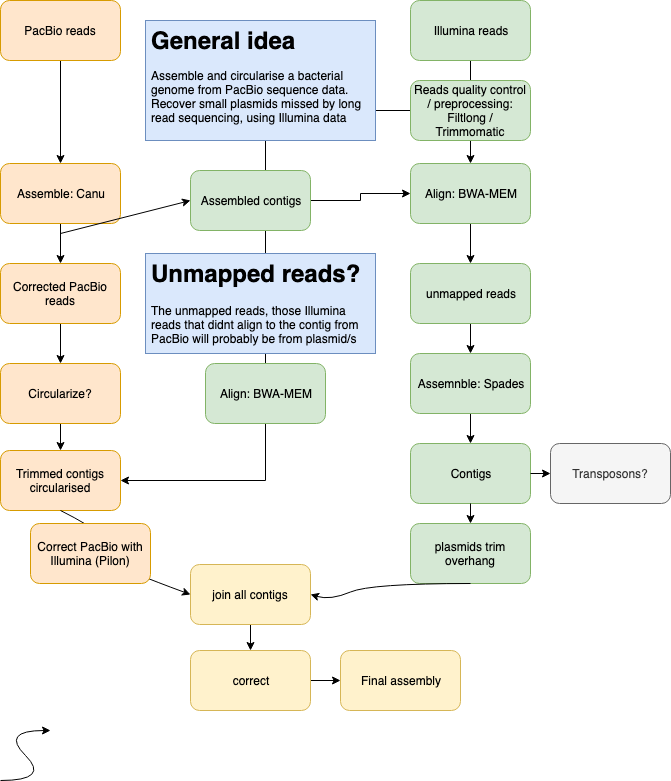
Above: images_github/assembly.png in nrclaudio/Genome-Analysis-2019 (draw.io), before the change. Source tidied: cells renumbered, new cells last; positions are measured from the earlier drawing's top-left corner, leaving out a move shared by most shapes.
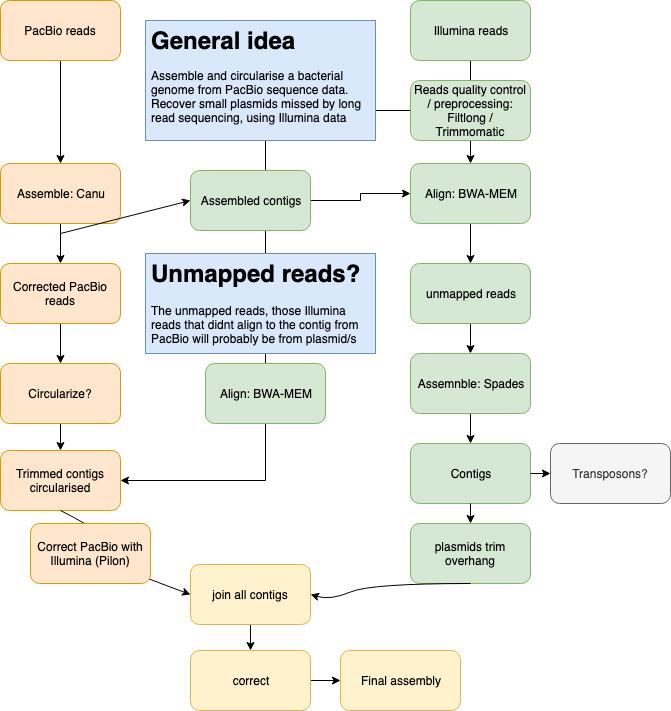
Later version of the same file.

The edit, as a diff of the source:
```diff
@@ -121,16 +121,6 @@
     <mxCell id="36" value="Final assembly" style="rounded=1;whiteSpace=wrap;html=1;fillColor=#fff2cc;strokeColor=#d6b656;" parent="1" vertex="1">
       <mxGeometry x="340" y="650" width="120" height="60" as="geometry" />
     </mxCell>
-    <mxCell id="37" style="curved=1;endArrow=classic;html=1;" parent="1" edge="1">
-      <mxGeometry relative="1" as="geometry">
-        <mxPoint y="780" as="sourcePoint" />
-        <mxPoint x="50" y="730" as="targetPoint" />
-        <Array as="points">
-          <mxPoint x="50" y="780" />
-          <mxPoint y="730" />
-        </Array>
-      </mxGeometry>
-    </mxCell>
     <mxCell id="38" value="Assembled contigs" style="rounded=1;whiteSpace=wrap;html=1;fillColor=#d5e8d4;strokeColor=#82b366;" parent="1" vertex="1">
       <mxGeometry x="190" y="170" width="120" height="60" as="geometry" />
     </mxCell>
```
